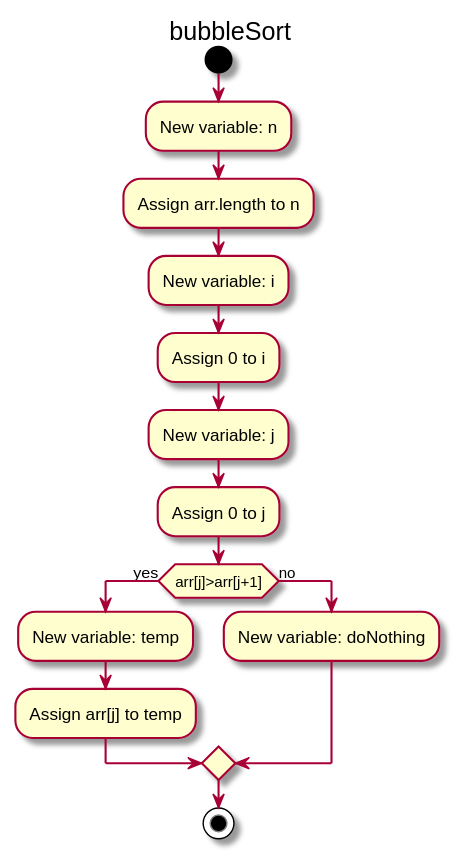
Before: Java-documentator/Documentation/images/Method_printArray_diagram.svg, a diagram exported from PlantUML (afmoyar/Java-Documentator).
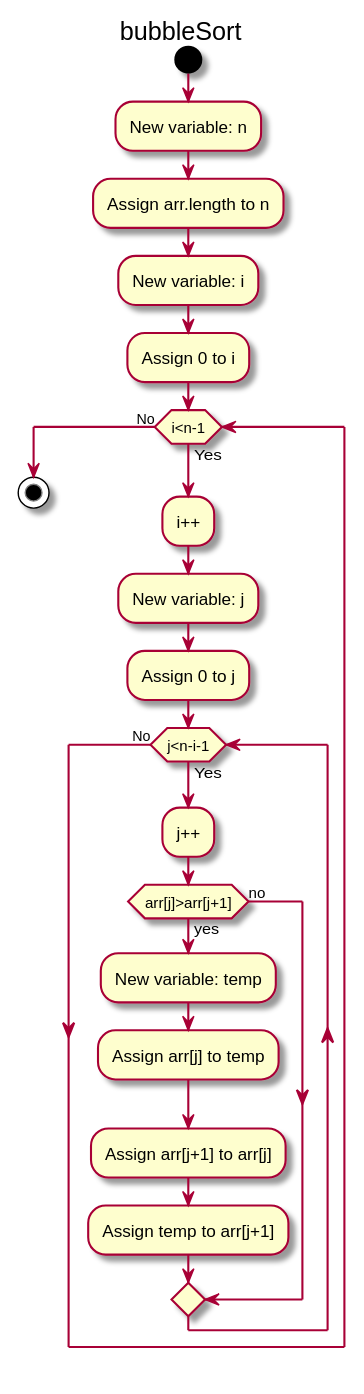
Later version of the same file.

Change to the diagram source:
```diff
@@ -5,13 +5,20 @@
 :Assign arr.length to n;
 :New variable: i;
 :Assign 0 to i;
+while (i<n-1) is (Yes)
+:i++;
 :New variable: j;
 :Assign 0 to j;
+while (j<n-i-1) is (Yes)
+:j++;
 if (arr[j]>arr[j+1]) then (yes)
 :New variable: temp;
 :Assign arr[j] to temp;
+:Assign arr[j+1] to arr[j];
+:Assign temp to arr[j+1];
 else (no)
-:New variable: doNothing;
 endif
+endwhile (No)
+endwhile (No)
 stop
 @enduml
```
